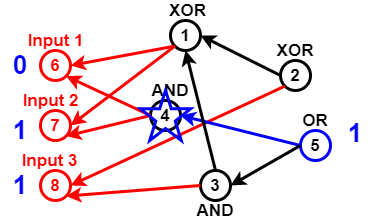
The draw.io diagram Untitled Diagram.png in sara1024/-CCF201412-2-Z-, before a commit. Source tidied: cells renumbered, new cells last; positions are measured from the earlier drawing's top-left corner, leaving out a move shared by most shapes.
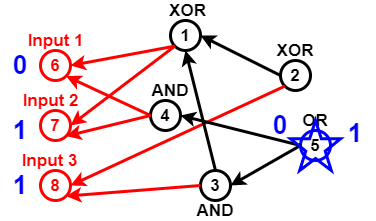
After the change.

Change to the diagram source:
```diff
@@ -44,7 +44,7 @@
     <mxCell id="15" value="5" style="ellipse;whiteSpace=wrap;html=1;strokeWidth=3;fillColor=none;fontSize=17;fontColor=#000000;fontStyle=1;strokeColor=#0000FF;" parent="1" vertex="1">
       <mxGeometry x="300" y="130" width="30" height="30" as="geometry" />
     </mxCell>
-    <mxCell id="16" style="endArrow=classic;html=1;strokeWidth=3;fontSize=17;fontColor=#000000;entryX=1;entryY=0.5;entryDx=0;entryDy=0;exitX=0;exitY=0.5;exitDx=0;exitDy=0;strokeColor=#0000FF;" parent="1" edge="1" source="15" target="8">
+    <mxCell id="16" style="endArrow=classic;html=1;strokeWidth=3;fontSize=17;fontColor=#000000;entryX=1;entryY=0.5;entryDx=0;entryDy=0;exitX=0;exitY=0.5;exitDx=0;exitDy=0;" parent="1" edge="1" source="15" target="8">
       <mxGeometry relative="1" as="geometry" />
     </mxCell>
     <mxCell id="17" style="endArrow=classic;html=1;strokeWidth=3;fontSize=17;fontColor=#000000;entryX=1;entryY=0.5;entryDx=0;entryDy=0;exitX=0;exitY=0.5;exitDx=0;exitDy=0;" parent="1" edge="1" source="15" target="11">
@@ -90,10 +90,13 @@
       <mxGeometry y="175" width="40" height="20" as="geometry" />
     </mxCell>
     <mxCell id="31" style="verticalLabelPosition=bottom;verticalAlign=top;html=1;shape=mxgraph.basic.star;strokeWidth=3;fillColor=none;gradientColor=none;fontSize=26;fontColor=#0000CC;strokeColor=#0000FF;" parent="1" vertex="1">
-      <mxGeometry x="140" y="90" width="50" height="50" as="geometry" />
+      <mxGeometry x="290" y="120" width="50" height="50" as="geometry" />
     </mxCell>
     <mxCell id="32" value="1" style="text;html=1;strokeColor=none;fillColor=none;align=center;verticalAlign=middle;whiteSpace=wrap;rounded=0;fontSize=26;fontColor=#0000FF;fontStyle=1;" parent="1" vertex="1">
       <mxGeometry x="335" y="120" width="40" height="25" as="geometry" />
     </mxCell>
+    <mxCell id="33" value="0" style="text;html=1;strokeColor=none;fillColor=none;align=center;verticalAlign=middle;whiteSpace=wrap;rounded=0;fontSize=26;fontColor=#0000FF;fontStyle=1;" parent="1" vertex="1">
+      <mxGeometry x="260" y="115" width="40" height="20" as="geometry" />
+    </mxCell>
   </root>
 </mxGraphModel>
```
